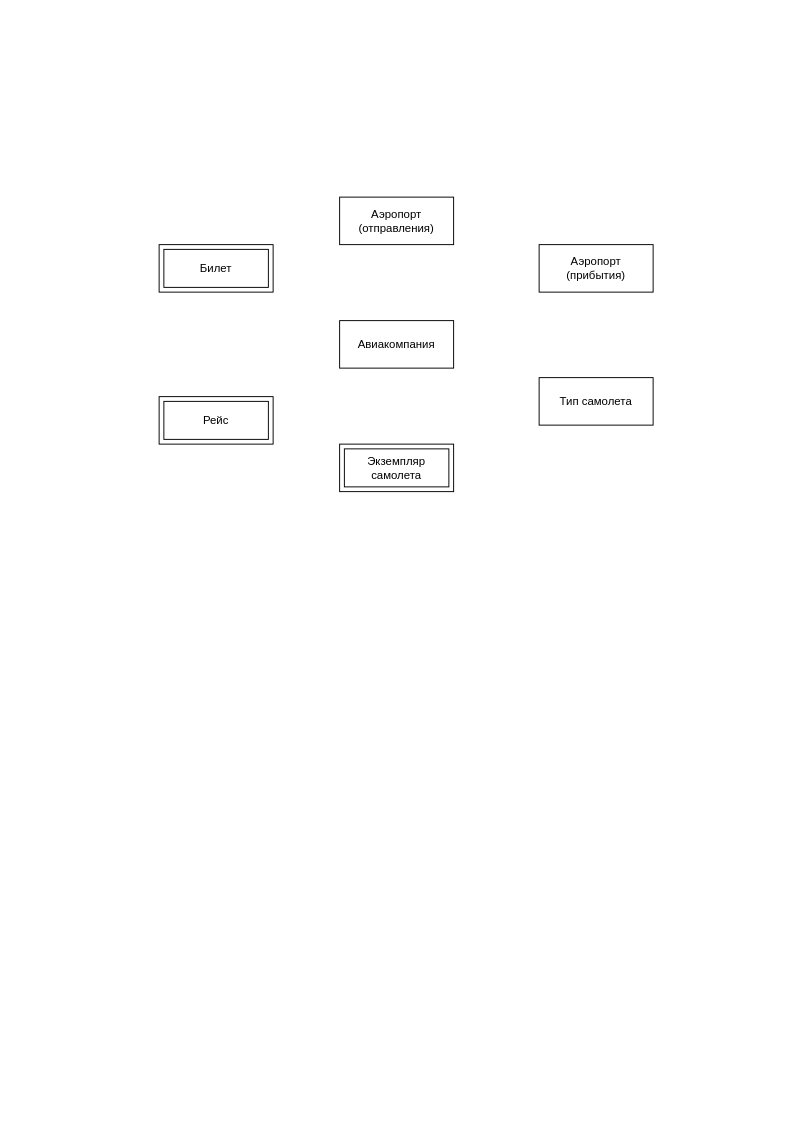
Earlier version of the draw.io diagram Концептуальная модель.drawio (zhulegoalina/DBMS-labs). Source tidied: cells renumbered, new cells numbered last; positions are measured from the earlier drawing's top-left corner, leaving out a move shared by most shapes. Both pictures are drawn from the tidied source at 95%, with x=0, y=0 at pixel (159, 197).
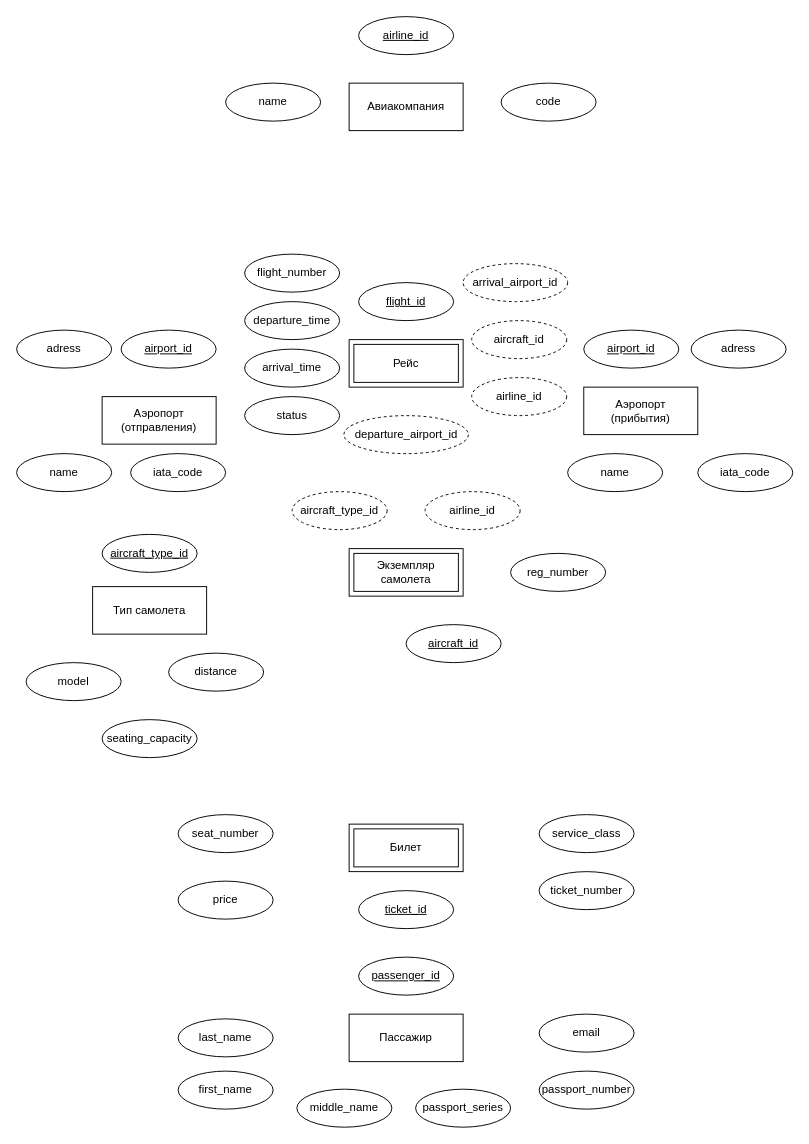
After the change.

Diff of the diagram source:
```diff
@@
     <mxCell id="2" value="Авиакомпания" style="whiteSpace=wrap;html=1;align=center;imageWidth=24;imageHeight=24;strokeColor=light-dark(#000000,#000000);fillColor=light-dark(#FFFFFF,#FFFFFF);fontColor=light-dark(#000000,#000000);" parent="1" vertex="1">
-      <mxGeometry x="190" y="130" width="120" height="50" as="geometry" />
+      <mxGeometry x="200" y="-120" width="120" height="50" as="geometry" />
     </mxCell>
     <mxCell id="3" value="Тип самолета" style="whiteSpace=wrap;html=1;align=center;imageWidth=24;imageHeight=24;strokeColor=light-dark(#000000,#000000);fillColor=light-dark(#FFFFFF,#FFFFFF);fontColor=light-dark(#000000,#000000);" parent="1" vertex="1">
-      <mxGeometry x="400" y="190" width="120" height="50" as="geometry" />
+      <mxGeometry x="-70" y="410" width="120" height="50" as="geometry" />
     </mxCell>
     <mxCell id="4" value="Аэропорт (прибытия)" style="whiteSpace=wrap;html=1;align=center;imageWidth=24;imageHeight=24;strokeColor=light-dark(#000000,#000000);fillColor=light-dark(#FFFFFF,#FFFFFF);fontColor=light-dark(#000000,#000000);" parent="1" vertex="1">
-      <mxGeometry x="400" y="50" width="120" height="50" as="geometry" />
+      <mxGeometry x="447" y="200" width="120" height="50" as="geometry" />
     </mxCell>
     <mxCell id="5" value="Аэропорт (отправления)" style="whiteSpace=wrap;html=1;align=center;imageWidth=24;imageHeight=24;strokeColor=light-dark(#000000,#000000);fillColor=light-dark(#FFFFFF,#FFFFFF);fontColor=light-dark(#000000,#000000);" parent="1" vertex="1">
-      <mxGeometry x="190" width="120" height="50" as="geometry" />
+      <mxGeometry x="-60" y="210" width="120" height="50" as="geometry" />
     </mxCell>
     <mxCell id="6" value="&lt;span style=&quot;&quot;&gt;Экземпляр самолета&lt;/span&gt;" style="shape=ext;margin=3;double=1;whiteSpace=wrap;html=1;align=center;fillColor=light-dark(#FFFFFF,#FFFFFF);fontColor=light-dark(#000000,#000000);strokeColor=light-dark(#000000,#000000);" parent="1" vertex="1">
-      <mxGeometry x="190" y="260" width="120" height="50" as="geometry" />
+      <mxGeometry x="200" y="370" width="120" height="50" as="geometry" />
     </mxCell>
     <mxCell id="7" value="&lt;span style=&quot;&quot;&gt;Рейс&lt;/span&gt;" style="shape=ext;margin=3;double=1;whiteSpace=wrap;html=1;align=center;fillColor=light-dark(#FFFFFF,#FFFFFF);fontColor=light-dark(#000000,#000000);strokeColor=light-dark(#000000,#000000);" parent="1" vertex="1">
-      <mxGeometry y="210" width="120" height="50" as="geometry" />
+      <mxGeometry x="200" y="150" width="120" height="50" as="geometry" />
     </mxCell>
     <mxCell id="8" value="&lt;span style=&quot;&quot;&gt;Билет&lt;/span&gt;" style="shape=ext;margin=3;double=1;whiteSpace=wrap;html=1;align=center;fillColor=light-dark(#FFFFFF,#FFFFFF);fontColor=light-dark(#000000,#000000);strokeColor=light-dark(#000000,#000000);" parent="1" vertex="1">
-      <mxGeometry y="50" width="120" height="50" as="geometry" />
+      <mxGeometry x="200" y="660" width="120" height="50" as="geometry" />
     </mxCell>
+    <mxCell id="9" value="Пассажир" style="whiteSpace=wrap;html=1;align=center;imageWidth=24;imageHeight=24;strokeColor=light-dark(#000000,#000000);fillColor=light-dark(#FFFFFF,#FFFFFF);fontColor=light-dark(#000000,#000000);" parent="1" vertex="1">
+      <mxGeometry x="200" y="860" width="120" height="50" as="geometry" />
+    </mxCell>
+    <mxCell id="10" value="&lt;div style=&quot;text-align: start;&quot;&gt;name&lt;/div&gt;" style="ellipse;whiteSpace=wrap;html=1;align=center;strokeColor=light-dark(#000000,#000000);fillColor=light-dark(#FFFFFF,#FFFFFF);fontColor=light-dark(#000000,#000000);" parent="1" vertex="1">
+      <mxGeometry x="70" y="-120" width="100" height="40" as="geometry" />
+    </mxCell>
+    <mxCell id="11" value="&lt;div style=&quot;text-align: start;&quot;&gt;code&lt;/div&gt;" style="ellipse;whiteSpace=wrap;html=1;align=center;strokeColor=light-dark(#000000,#000000);fillColor=light-dark(#FFFFFF,#FFFFFF);fontColor=light-dark(#000000,#000000);" parent="1" vertex="1">
+      <mxGeometry x="360" y="-120" width="100" height="40" as="geometry" />
+    </mxCell>
+    <mxCell id="12" value="&lt;div style=&quot;text-align: start;&quot;&gt;name&lt;/div&gt;" style="ellipse;whiteSpace=wrap;html=1;align=center;strokeColor=light-dark(#000000,#000000);fillColor=light-dark(#FFFFFF,#FFFFFF);fontColor=light-dark(#000000,#000000);" parent="1" vertex="1">
+      <mxGeometry x="-150" y="270" width="100" height="40" as="geometry" />
+    </mxCell>
+    <mxCell id="13" value="&lt;div style=&quot;text-align: start;&quot;&gt;name&lt;/div&gt;" style="ellipse;whiteSpace=wrap;html=1;align=center;strokeColor=light-dark(#000000,#000000);fillColor=light-dark(#FFFFFF,#FFFFFF);fontColor=light-dark(#000000,#000000);" parent="1" vertex="1">
+      <mxGeometry x="430" y="270" width="100" height="40" as="geometry" />
+    </mxCell>
+    <mxCell id="14" value="&lt;div style=&quot;text-align: start;&quot;&gt;iata_code&lt;/div&gt;" style="ellipse;whiteSpace=wrap;html=1;align=center;strokeColor=light-dark(#000000,#000000);fillColor=light-dark(#FFFFFF,#FFFFFF);fontColor=light-dark(#000000,#000000);" parent="1" vertex="1">
+      <mxGeometry x="-30" y="270" width="100" height="40" as="geometry" />
+    </mxCell>
+    <mxCell id="15" value="&lt;div style=&quot;text-align: start;&quot;&gt;iata_code&lt;/div&gt;" style="ellipse;whiteSpace=wrap;html=1;align=center;strokeColor=light-dark(#000000,#000000);fillColor=light-dark(#FFFFFF,#FFFFFF);fontColor=light-dark(#000000,#000000);" parent="1" vertex="1">
+      <mxGeometry x="567" y="270" width="100" height="40" as="geometry" />
+    </mxCell>
+    <mxCell id="16" value="&lt;div style=&quot;text-align: start;&quot;&gt;adress&lt;/div&gt;" style="ellipse;whiteSpace=wrap;html=1;align=center;strokeColor=light-dark(#000000,#000000);fillColor=light-dark(#FFFFFF,#FFFFFF);fontColor=light-dark(#000000,#000000);" parent="1" vertex="1">
+      <mxGeometry x="-150" y="140" width="100" height="40" as="geometry" />
+    </mxCell>
+    <mxCell id="17" value="&lt;div style=&quot;text-align: start;&quot;&gt;adress&lt;/div&gt;" style="ellipse;whiteSpace=wrap;html=1;align=center;strokeColor=light-dark(#000000,#000000);fillColor=light-dark(#FFFFFF,#FFFFFF);fontColor=light-dark(#000000,#000000);" parent="1" vertex="1">
+      <mxGeometry x="560" y="140" width="100" height="40" as="geometry" />
+    </mxCell>
+    <mxCell id="18" value="&lt;div style=&quot;text-align: start;&quot;&gt;model&lt;/div&gt;" style="ellipse;whiteSpace=wrap;html=1;align=center;strokeColor=light-dark(#000000,#000000);fillColor=light-dark(#FFFFFF,#FFFFFF);fontColor=light-dark(#000000,#000000);" parent="1" vertex="1">
+      <mxGeometry x="-140" y="490" width="100" height="40" as="geometry" />
+    </mxCell>
+    <mxCell id="19" value="&lt;div style=&quot;text-align: start;&quot;&gt;seating_capacity&lt;/div&gt;" style="ellipse;whiteSpace=wrap;html=1;align=center;strokeColor=light-dark(#000000,#000000);fillColor=light-dark(#FFFFFF,#FFFFFF);fontColor=light-dark(#000000,#000000);" parent="1" vertex="1">
+      <mxGeometry x="-60" y="550" width="100" height="40" as="geometry" />
+    </mxCell>
+    <mxCell id="20" value="&lt;div style=&quot;text-align: start;&quot;&gt;distance&lt;/div&gt;" style="ellipse;whiteSpace=wrap;html=1;align=center;strokeColor=light-dark(#000000,#000000);fillColor=light-dark(#FFFFFF,#FFFFFF);fontColor=light-dark(#000000,#000000);" parent="1" vertex="1">
+      <mxGeometry x="10" y="480" width="100" height="40" as="geometry" />
+    </mxCell>
+    <mxCell id="21" value="&lt;div style=&quot;text-align: start;&quot;&gt;reg_number&lt;/div&gt;" style="ellipse;whiteSpace=wrap;html=1;align=center;strokeColor=light-dark(#000000,#000000);fillColor=light-dark(#FFFFFF,#FFFFFF);fontColor=light-dark(#000000,#000000);" parent="1" vertex="1">
+      <mxGeometry x="370" y="375" width="100" height="40" as="geometry" />
+    </mxCell>
+    <mxCell id="22" value="&lt;div style=&quot;text-align: start;&quot;&gt;flight_number&lt;/div&gt;" style="ellipse;whiteSpace=wrap;html=1;align=center;strokeColor=light-dark(#000000,#000000);fillColor=light-dark(#FFFFFF,#FFFFFF);fontColor=light-dark(#000000,#000000);" parent="1" vertex="1">
+      <mxGeometry x="90" y="60" width="100" height="40" as="geometry" />
+    </mxCell>
+    <mxCell id="23" value="&lt;div style=&quot;text-align: start;&quot;&gt;departure_time&lt;/div&gt;" style="ellipse;whiteSpace=wrap;html=1;align=center;strokeColor=light-dark(#000000,#000000);fillColor=light-dark(#FFFFFF,#FFFFFF);fontColor=light-dark(#000000,#000000);" parent="1" vertex="1">
+      <mxGeometry x="90" y="110" width="100" height="40" as="geometry" />
+    </mxCell>
+    <mxCell id="24" value="&lt;div style=&quot;text-align: start;&quot;&gt;arrival_time&lt;/div&gt;" style="ellipse;whiteSpace=wrap;html=1;align=center;strokeColor=light-dark(#000000,#000000);fillColor=light-dark(#FFFFFF,#FFFFFF);fontColor=light-dark(#000000,#000000);" parent="1" vertex="1">
+      <mxGeometry x="90" y="160" width="100" height="40" as="geometry" />
+    </mxCell>
+    <mxCell id="25" value="&lt;div style=&quot;text-align: start;&quot;&gt;status&lt;/div&gt;" style="ellipse;whiteSpace=wrap;html=1;align=center;strokeColor=light-dark(#000000,#000000);fillColor=light-dark(#FFFFFF,#FFFFFF);fontColor=light-dark(#000000,#000000);" parent="1" vertex="1">
+      <mxGeometry x="90" y="210" width="100" height="40" as="geometry" />
+    </mxCell>
+    <mxCell id="26" value="&lt;div style=&quot;text-align: start;&quot;&gt;passport_number&lt;/div&gt;" style="ellipse;whiteSpace=wrap;html=1;align=center;strokeColor=light-dark(#000000,#000000);fillColor=light-dark(#FFFFFF,#FFFFFF);fontColor=light-dark(#000000,#000000);" parent="1" vertex="1">
+      <mxGeometry x="400" y="920" width="100" height="40" as="geometry" />
+    </mxCell>
+    <mxCell id="27" value="&lt;div style=&quot;text-align: start;&quot;&gt;email&lt;/div&gt;" style="ellipse;whiteSpace=wrap;html=1;align=center;strokeColor=light-dark(#000000,#000000);fillColor=light-dark(#FFFFFF,#FFFFFF);fontColor=light-dark(#000000,#000000);" parent="1" vertex="1">
+      <mxGeometry x="400" y="860" width="100" height="40" as="geometry" />
+    </mxCell>
+    <mxCell id="28" value="&lt;div style=&quot;text-align: start;&quot;&gt;last_name&lt;/div&gt;" style="ellipse;whiteSpace=wrap;html=1;align=center;strokeColor=light-dark(#000000,#000000);fillColor=light-dark(#FFFFFF,#FFFFFF);fontColor=light-dark(#000000,#000000);" parent="1" vertex="1">
+      <mxGeometry x="20" y="865" width="100" height="40" as="geometry" />
+    </mxCell>
+    <mxCell id="29" value="&lt;div style=&quot;text-align: start;&quot;&gt;first_name&lt;/div&gt;" style="ellipse;whiteSpace=wrap;html=1;align=center;strokeColor=light-dark(#000000,#000000);fillColor=light-dark(#FFFFFF,#FFFFFF);fontColor=light-dark(#000000,#000000);" parent="1" vertex="1">
+      <mxGeometry x="20" y="920" width="100" height="40" as="geometry" />
+    </mxCell>
+    <mxCell id="30" value="&lt;div style=&quot;text-align: start;&quot;&gt;middle_name&lt;/div&gt;" style="ellipse;whiteSpace=wrap;html=1;align=center;strokeColor=light-dark(#000000,#000000);fillColor=light-dark(#FFFFFF,#FFFFFF);fontColor=light-dark(#000000,#000000);" parent="1" vertex="1">
+      <mxGeometry x="145" y="939" width="100" height="40" as="geometry" />
+    </mxCell>
+    <mxCell id="31" value="&lt;div style=&quot;text-align: start;&quot;&gt;passport_series&lt;/div&gt;" style="ellipse;whiteSpace=wrap;html=1;align=center;strokeColor=light-dark(#000000,#000000);fillColor=light-dark(#FFFFFF,#FFFFFF);fontColor=light-dark(#000000,#000000);" parent="1" vertex="1">
+      <mxGeometry x="270" y="939" width="100" height="40" as="geometry" />
+    </mxCell>
+    <mxCell id="32" value="&lt;div style=&quot;text-align: start;&quot;&gt;ticket_number&lt;/div&gt;" style="ellipse;whiteSpace=wrap;html=1;align=center;strokeColor=light-dark(#000000,#000000);fillColor=light-dark(#FFFFFF,#FFFFFF);fontColor=light-dark(#000000,#000000);" parent="1" vertex="1">
+      <mxGeometry x="400" y="710" width="100" height="40" as="geometry" />
+    </mxCell>
+    <mxCell id="33" value="&lt;div style=&quot;text-align: start;&quot;&gt;price&lt;/div&gt;" style="ellipse;whiteSpace=wrap;html=1;align=center;strokeColor=light-dark(#000000,#000000);fillColor=light-dark(#FFFFFF,#FFFFFF);fontColor=light-dark(#000000,#000000);" parent="1" vertex="1">
+      <mxGeometry x="20" y="720" width="100" height="40" as="geometry" />
+    </mxCell>
+    <mxCell id="34" value="&lt;div style=&quot;text-align: start;&quot;&gt;seat_number&lt;/div&gt;" style="ellipse;whiteSpace=wrap;html=1;align=center;strokeColor=light-dark(#000000,#000000);fillColor=light-dark(#FFFFFF,#FFFFFF);fontColor=light-dark(#000000,#000000);" parent="1" vertex="1">
+      <mxGeometry x="20" y="650" width="100" height="40" as="geometry" />
+    </mxCell>
+    <mxCell id="35" value="&lt;div style=&quot;text-align: start;&quot;&gt;service_class&lt;/div&gt;" style="ellipse;whiteSpace=wrap;html=1;align=center;strokeColor=light-dark(#000000,#000000);fillColor=light-dark(#FFFFFF,#FFFFFF);fontColor=light-dark(#000000,#000000);" parent="1" vertex="1">
+      <mxGeometry x="400" y="650" width="100" height="40" as="geometry" />
+    </mxCell>
+    <mxCell id="36" value="airline_id" style="ellipse;whiteSpace=wrap;html=1;align=center;fontStyle=4;fontColor=light-dark(#000000,#000000);strokeColor=light-dark(#000000,#000000);fillColor=light-dark(#FFFFFF,#FFFFFF);" parent="1" vertex="1">
+      <mxGeometry x="210" y="-190" width="100" height="40" as="geometry" />
+    </mxCell>
+    <mxCell id="37" value="airport_id" style="ellipse;whiteSpace=wrap;html=1;align=center;fontStyle=4;fontColor=light-dark(#000000,#000000);strokeColor=light-dark(#000000,#000000);fillColor=light-dark(#FFFFFF,#FFFFFF);" parent="1" vertex="1">
+      <mxGeometry x="-40" y="140" width="100" height="40" as="geometry" />
+    </mxCell>
+    <mxCell id="38" value="airport_id" style="ellipse;whiteSpace=wrap;html=1;align=center;fontStyle=4;fontColor=light-dark(#000000,#000000);strokeColor=light-dark(#000000,#000000);fillColor=light-dark(#FFFFFF,#FFFFFF);" parent="1" vertex="1">
+      <mxGeometry x="447" y="140" width="100" height="40" as="geometry" />
+    </mxCell>
+    <mxCell id="39" value="aircraft_type_id" style="ellipse;whiteSpace=wrap;html=1;align=center;fontStyle=4;fontColor=light-dark(#000000,#000000);strokeColor=light-dark(#000000,#000000);fillColor=light-dark(#FFFFFF,#FFFFFF);" parent="1" vertex="1">
+      <mxGeometry x="-60" y="355" width="100" height="40" as="geometry" />
+    </mxCell>
+    <mxCell id="40" value="aircraft_id" style="ellipse;whiteSpace=wrap;html=1;align=center;fontStyle=4;fontColor=light-dark(#000000,#000000);strokeColor=light-dark(#000000,#000000);fillColor=light-dark(#FFFFFF,#FFFFFF);" parent="1" vertex="1">
+      <mxGeometry x="260" y="450" width="100" height="40" as="geometry" />
+    </mxCell>
+    <mxCell id="41" value="flight_id" style="ellipse;whiteSpace=wrap;html=1;align=center;fontStyle=4;fontColor=light-dark(#000000,#000000);strokeColor=light-dark(#000000,#000000);fillColor=light-dark(#FFFFFF,#FFFFFF);" parent="1" vertex="1">
+      <mxGeometry x="210" y="90" width="100" height="40" as="geometry" />
+    </mxCell>
+    <mxCell id="42" value="passenger_id" style="ellipse;whiteSpace=wrap;html=1;align=center;fontStyle=4;fontColor=light-dark(#000000,#000000);strokeColor=light-dark(#000000,#000000);fillColor=light-dark(#FFFFFF,#FFFFFF);" parent="1" vertex="1">
+      <mxGeometry x="210" y="800" width="100" height="40" as="geometry" />
+    </mxCell>
+    <mxCell id="43" value="ticket_id" style="ellipse;whiteSpace=wrap;html=1;align=center;fontStyle=4;fontColor=light-dark(#000000,#000000);strokeColor=light-dark(#000000,#000000);fillColor=light-dark(#FFFFFF,#FFFFFF);" parent="1" vertex="1">
+      <mxGeometry x="210" y="730" width="100" height="40" as="geometry" />
+    </mxCell>
+    <mxCell id="44" value="&lt;div style=&quot;text-align: start;&quot;&gt;airline_id&lt;/div&gt;" style="ellipse;whiteSpace=wrap;html=1;align=center;strokeColor=light-dark(#000000,#000000);fillColor=light-dark(#FFFFFF,#FF0000);fontColor=light-dark(#000000,#000000);dashed=1;" parent="1" vertex="1">
+      <mxGeometry x="280" y="310" width="100" height="40" as="geometry" />
+    </mxCell>
+    <mxCell id="45" value="&lt;div style=&quot;text-align: start;&quot;&gt;aircraft_type_id&lt;/div&gt;" style="ellipse;whiteSpace=wrap;html=1;align=center;strokeColor=light-dark(#000000,#000000);fillColor=light-dark(#FFFFFF,#FF0000);fontColor=light-dark(#000000,#000000);dashed=1;" parent="1" vertex="1">
+      <mxGeometry x="140" y="310" width="100" height="40" as="geometry" />
+    </mxCell>
+    <mxCell id="46" value="&lt;div style=&quot;text-align: start;&quot;&gt;arrival_airport_id&lt;/div&gt;" style="ellipse;whiteSpace=wrap;html=1;align=center;strokeColor=light-dark(#000000,#000000);fillColor=light-dark(#FFFFFF,#FF0000);fontColor=light-dark(#000000,#000000);dashed=1;" parent="1" vertex="1">
+      <mxGeometry x="320" y="70" width="110" height="40" as="geometry" />
+    </mxCell>
+    <mxCell id="47" value="&lt;div style=&quot;text-align: start;&quot;&gt;departure_airport_id&lt;/div&gt;" style="ellipse;whiteSpace=wrap;html=1;align=center;strokeColor=light-dark(#000000,#000000);fillColor=light-dark(#FFFFFF,#FF0000);fontColor=light-dark(#000000,#000000);dashed=1;" parent="1" vertex="1">
+      <mxGeometry x="194.5" y="230" width="131" height="40" as="geometry" />
+    </mxCell>
+    <mxCell id="48" value="&lt;div style=&quot;text-align: start;&quot;&gt;airline_id&lt;/div&gt;" style="ellipse;whiteSpace=wrap;html=1;align=center;strokeColor=light-dark(#000000,#000000);fillColor=light-dark(#FFFFFF,#FF0000);fontColor=light-dark(#000000,#000000);dashed=1;" parent="1" vertex="1">
+      <mxGeometry x="329" y="190" width="100" height="40" as="geometry" />
+    </mxCell>
+    <mxCell id="49" value="&lt;div style=&quot;text-align: start;&quot;&gt;aircraft_id&lt;/div&gt;" style="ellipse;whiteSpace=wrap;html=1;align=center;strokeColor=light-dark(#000000,#000000);fillColor=light-dark(#FFFFFF,#FF0000);fontColor=light-dark(#000000,#000000);dashed=1;" parent="1" vertex="1">
+      <mxGeometry x="329" y="130" width="100" height="40" as="geometry" />
+    </mxCell>
```
